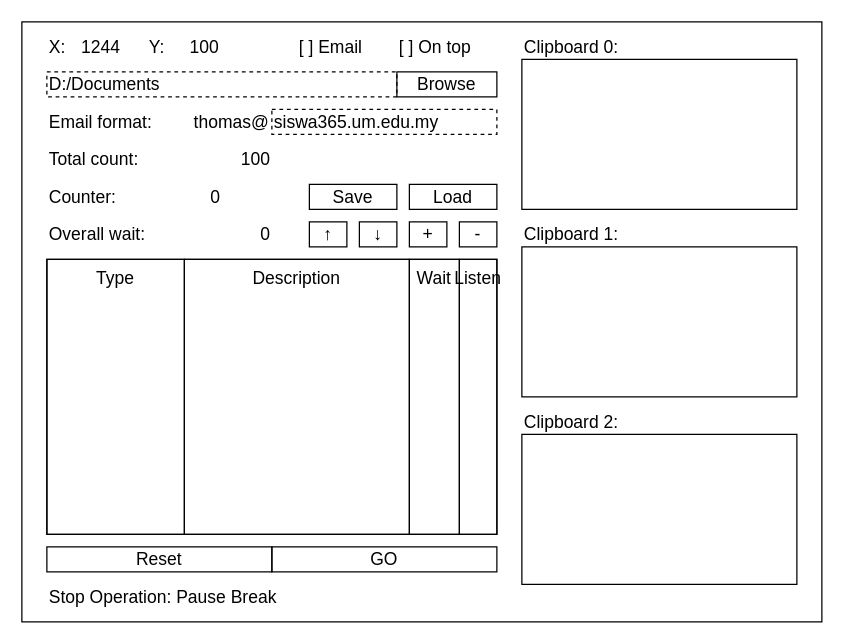
The draw.io diagram page "Page-1" (1 of 2) of UI Design.drawio in TINGWEIJING/auto-click-javafx, before the edit. Source tidied: cells renumbered, new cells numbered last; positions are measured from the earlier drawing's top-left corner, leaving out a move shared by most shapes. Both pictures are drawn from the tidied source at 125%, with x=0, y=0 at pixel (21, 21).
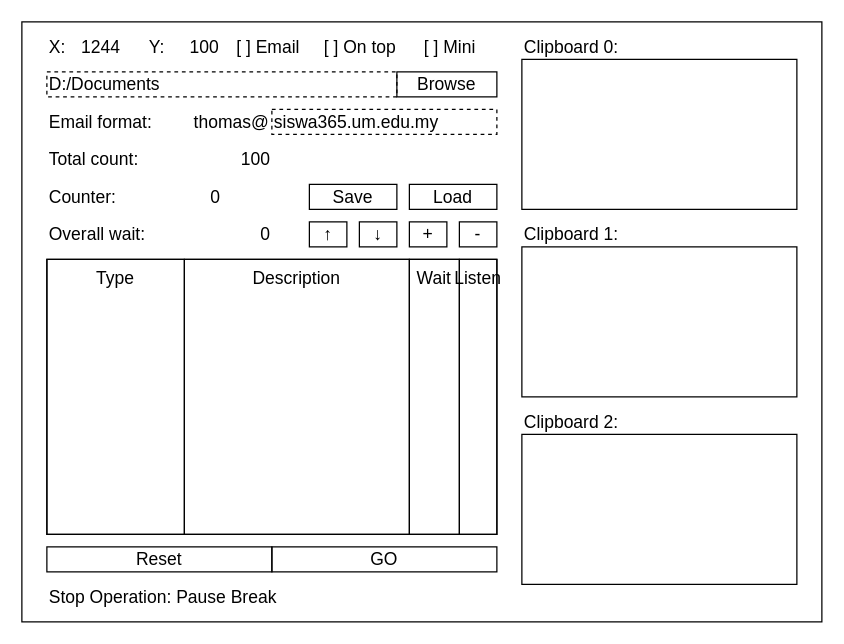
After the change.

Diff of the diagram source:
```diff
@@
+    <mxCell id="4" value="Type" style="rounded=0;whiteSpace=wrap;html=1;strokeColor=#000000;fontSize=14;align=center;fillColor=none;verticalAlign=top;" parent="1" vertex="1">
+      <mxGeometry x="20" y="190" width="110" height="220" as="geometry" />
+    </mxCell>
@@
-    <mxCell id="4" value="Type" style="rounded=0;whiteSpace=wrap;html=1;strokeColor=#000000;fontSize=14;align=center;fillColor=none;verticalAlign=top;" parent="1" vertex="1">
-      <mxGeometry x="20" y="190" width="110" height="220" as="geometry" />
-    </mxCell>
@@
     <mxCell id="36" value="[ ] On top" style="text;html=1;strokeColor=none;fillColor=none;align=left;verticalAlign=middle;whiteSpace=wrap;rounded=0;fontSize=14;" parent="1" vertex="1">
-      <mxGeometry x="300" y="10" width="80" height="20" as="geometry" />
+      <mxGeometry x="240" y="10" width="70" height="20" as="geometry" />
     </mxCell>
     <mxCell id="37" value="[ ] Email" style="text;html=1;strokeColor=none;fillColor=none;align=left;verticalAlign=middle;whiteSpace=wrap;rounded=0;fontSize=14;" parent="1" vertex="1">
-      <mxGeometry x="220" y="10" width="80" height="20" as="geometry" />
+      <mxGeometry x="170" y="10" width="60" height="20" as="geometry" />
     </mxCell>
@@
+    <mxCell id="40" value="[ ] Mini" style="text;html=1;strokeColor=none;fillColor=none;align=left;verticalAlign=middle;whiteSpace=wrap;rounded=0;fontSize=14;" parent="1" vertex="1">
+      <mxGeometry x="320" y="10" width="60" height="20" as="geometry" />
+    </mxCell>
```
